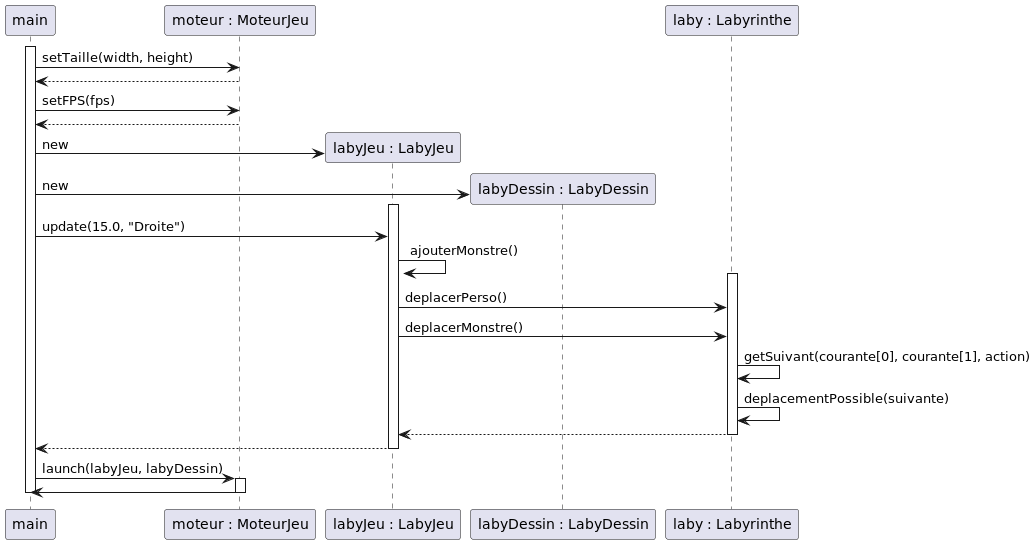
Earlier version of the PlantUML export documents/version_3/DiagSeqDeplacementMonstre.png (Zhi-Sheng-Trieu/2022_Zeldiablo_Doan_Oudin_Trieu_Noel).
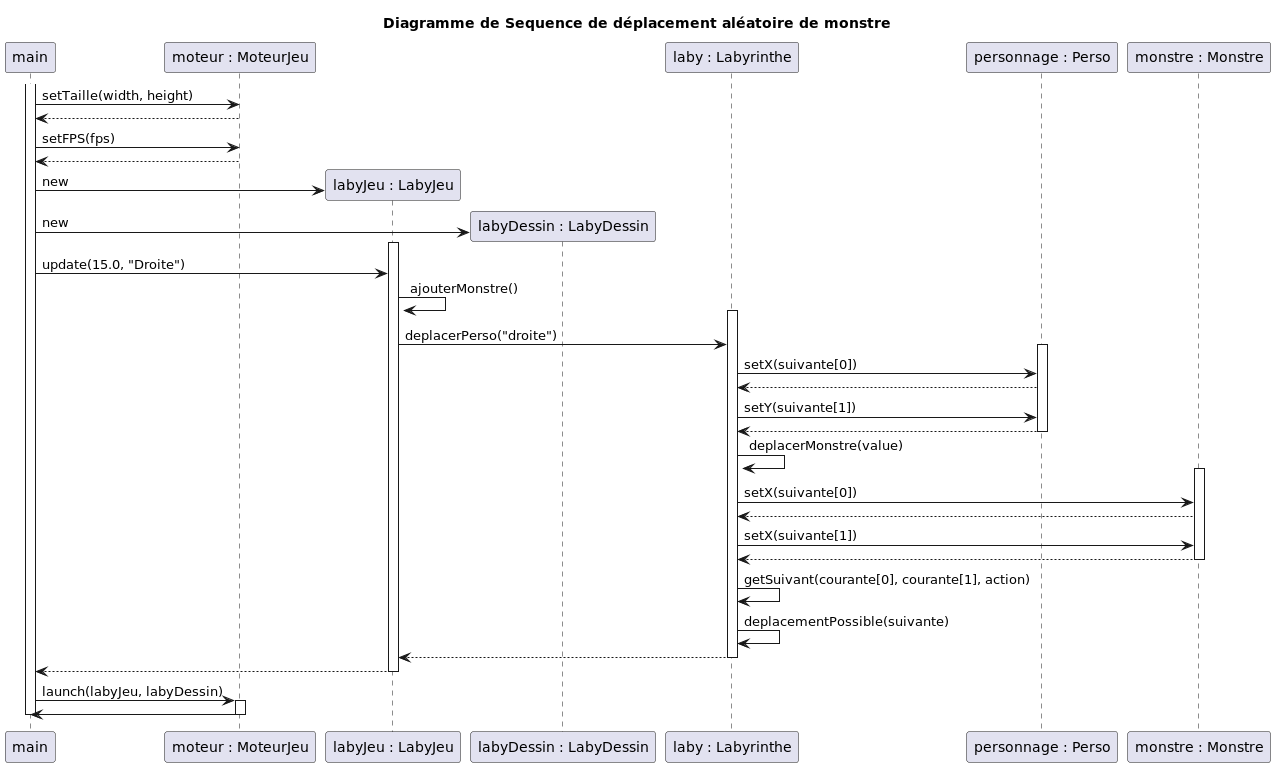
Above is the later version.

Commit message:
correction diagramme sequence dep monstres

What changed in the source:
```diff
@@ -1,9 +1,16 @@
 @startuml
+
+title Diagramme de Sequence de déplacement aléatoire de monstre
+
 participant "main" as main
 participant "moteur : MoteurJeu" as moteur
 participant "labyJeu : LabyJeu" as labyJeu
 participant "labyDessin : LabyDessin" as labyDessin
 participant "laby : Labyrinthe" as laby
+participant "personnage : Perso" as personnage
+participant "monstre : Monstre" as monstre
+
+
 
 
 activate main
@@ -20,8 +27,20 @@
         main -> labyJeu : update(15.0, "Droite")
         labyJeu -> labyJeu : ajouterMonstre()
         activate laby
-            labyJeu -> laby : deplacerPerso()
-            labyJeu -> laby : deplacerMonstre()
+            labyJeu -> laby : deplacerPerso("droite")
+            activate personnage
+                laby -> personnage : setX(suivante[0])
+                personnage --> laby
+                laby -> personnage : setY(suivante[1])
+                personnage --> laby
+            deactivate personnage
+            laby -> laby : deplacerMonstre(value)
+            activate monstre
+                laby -> monstre : setX(suivante[0])
+                monstre --> laby
+                laby -> monstre : setX(suivante[1])
+                monstre --> laby
+            deactivate monstre
             laby -> laby : getSuivant(courante[0], courante[1], action)
             laby -> laby : deplacementPossible(suivante)
             laby --> labyJeu
```
